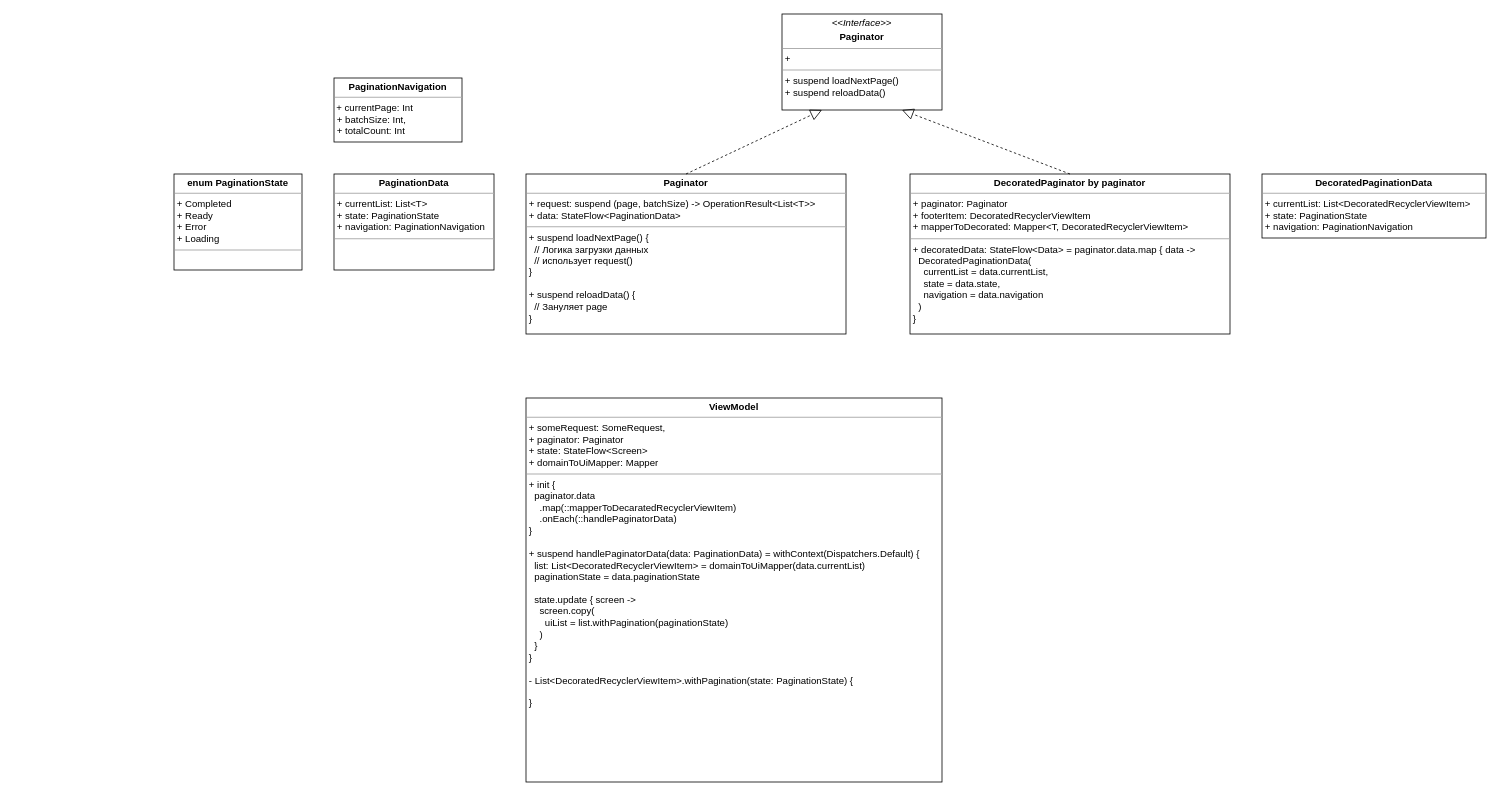
Above: feature/Пагинатор.drawio in ShiryaevNikolay/diagrams (draw.io), before the change. Source tidied: cells renumbered, new cells numbered last; positions are measured from the earlier drawing's top-left corner, leaving out a move shared by most shapes. Both pictures are drawn from the tidied source at 80%, with x=0, y=0 at pixel (174, 14).
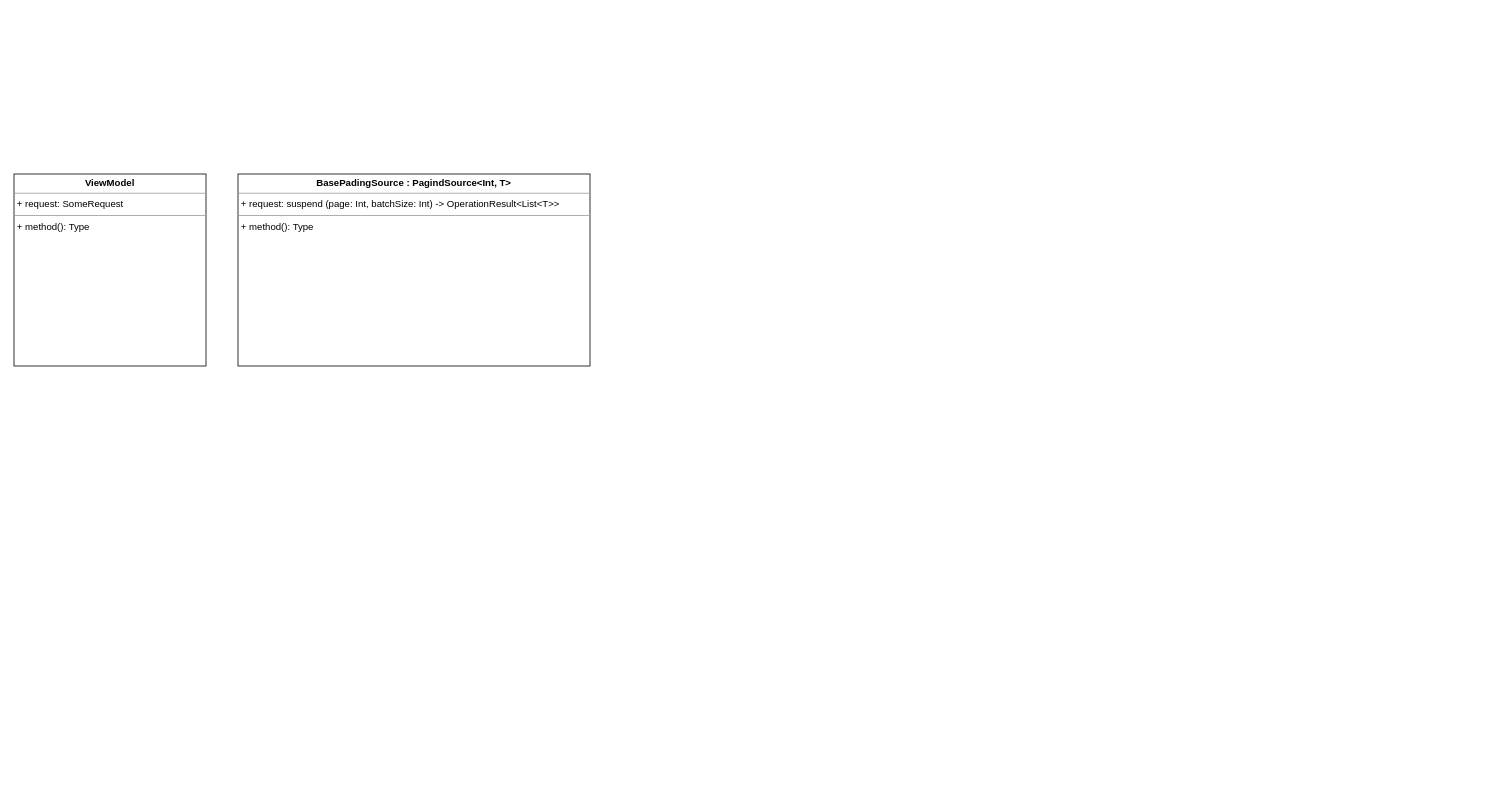
The same diagram, later.

The edit, as a diff of the source:
```diff
@@
 <mxGraphModel>
   <root>
     <mxCell id="0" />
     <mxCell id="1" parent="0" />
-    <mxCell id="2" value="&lt;p style=&quot;margin:0px;margin-top:4px;text-align:center;&quot;&gt;&lt;b&gt;enum PaginationState&lt;br&gt;&lt;/b&gt;&lt;/p&gt;&lt;hr size=&quot;1&quot;&gt;&lt;p style=&quot;margin:0px;margin-left:4px;&quot;&gt;+ Completed&lt;/p&gt;&lt;p style=&quot;margin:0px;margin-left:4px;&quot;&gt;+ Ready&lt;/p&gt;&lt;p style=&quot;margin:0px;margin-left:4px;&quot;&gt;+ Error&lt;/p&gt;&lt;p style=&quot;margin:0px;margin-left:4px;&quot;&gt;+ Loading&lt;br&gt;&lt;/p&gt;&lt;hr size=&quot;1&quot;&gt;" style="verticalAlign=top;align=left;overflow=fill;fontSize=12;fontFamily=Helvetica;html=1;whiteSpace=wrap;rounded=0;" parent="1" vertex="1">
-      <mxGeometry y="200" width="160" height="120" as="geometry" />
-    </mxCell>
-    <mxCell id="3" value="&lt;p style=&quot;margin:0px;margin-top:4px;text-align:center;&quot;&gt;&lt;b&gt;PaginationData&lt;/b&gt;&lt;/p&gt;&lt;hr size=&quot;1&quot;&gt;&lt;p style=&quot;margin:0px;margin-left:4px;&quot;&gt;+ currentList: List&amp;lt;T&amp;gt;&lt;/p&gt;&lt;p style=&quot;margin:0px;margin-left:4px;&quot;&gt;+ state: PaginationState&lt;/p&gt;&lt;p style=&quot;margin:0px;margin-left:4px;&quot;&gt;+ navigation: PaginationNavigation&lt;br&gt;&lt;/p&gt;&lt;hr size=&quot;1&quot;&gt;" style="verticalAlign=top;align=left;overflow=fill;fontSize=12;fontFamily=Helvetica;html=1;whiteSpace=wrap;rounded=0;" parent="1" vertex="1">
-      <mxGeometry x="200" y="200" width="200" height="120" as="geometry" />
-    </mxCell>
-    <mxCell id="4" value="&lt;p style=&quot;margin:0px;margin-top:4px;text-align:center;&quot;&gt;&lt;b&gt;Paginator&lt;/b&gt;&lt;/p&gt;&lt;hr size=&quot;1&quot;&gt;&lt;p style=&quot;margin:0px;margin-left:4px;&quot;&gt;+ request: suspend (page, batchSize) -&amp;gt; OperationResult&amp;lt;List&amp;lt;T&amp;gt;&amp;gt;&lt;br&gt;&lt;/p&gt;&lt;p style=&quot;margin:0px;margin-left:4px;&quot;&gt;+ data: StateFlow&amp;lt;PaginationData&amp;gt;&lt;/p&gt;&lt;hr size=&quot;1&quot;&gt;&lt;p style=&quot;margin:0px;margin-left:4px;&quot;&gt;+ suspend loadNextPage() {&lt;/p&gt;&lt;p style=&quot;margin:0px;margin-left:4px;&quot;&gt;&amp;nbsp; // Логика загрузки данных&lt;/p&gt;&lt;p style=&quot;margin:0px;margin-left:4px;&quot;&gt;&amp;nbsp; // использует request()&lt;br&gt;&lt;/p&gt;&lt;p style=&quot;margin:0px;margin-left:4px;&quot;&gt;}&lt;/p&gt;&lt;p style=&quot;margin:0px;margin-left:4px;&quot;&gt;&lt;br&gt;&lt;/p&gt;&lt;p style=&quot;margin:0px;margin-left:4px;&quot;&gt;+ suspend reloadData() {&lt;/p&gt;&lt;p style=&quot;margin:0px;margin-left:4px;&quot;&gt;&amp;nbsp; // Зануляет page&lt;br&gt;&lt;/p&gt;&lt;p style=&quot;margin:0px;margin-left:4px;&quot;&gt;}&lt;br&gt;&lt;/p&gt;" style="verticalAlign=top;align=left;overflow=fill;fontSize=12;fontFamily=Helvetica;html=1;whiteSpace=wrap;rounded=0;" parent="1" vertex="1">
-      <mxGeometry x="440" y="200" width="400" height="200" as="geometry" />
-    </mxCell>
-    <mxCell id="5" value="&lt;p style=&quot;margin:0px;margin-top:4px;text-align:center;&quot;&gt;&lt;b&gt;PaginationNavigation&lt;/b&gt;&lt;/p&gt;&lt;hr size=&quot;1&quot;&gt;&amp;nbsp;+ currentPage: Int&lt;p style=&quot;margin:0px;margin-left:4px;&quot;&gt;+ batchSize: Int,&lt;/p&gt;&lt;p style=&quot;margin:0px;margin-left:4px;&quot;&gt;+ totalCount: Int&lt;br&gt;&lt;/p&gt;&lt;hr size=&quot;1&quot;&gt;" style="verticalAlign=top;align=left;overflow=fill;fontSize=12;fontFamily=Helvetica;html=1;whiteSpace=wrap;rounded=0;" parent="1" vertex="1">
-      <mxGeometry x="200" y="80" width="160" height="80" as="geometry" />
-    </mxCell>
-    <mxCell id="6" value="&lt;p style=&quot;margin:0px;margin-top:4px;text-align:center;&quot;&gt;&lt;b&gt;ViewModel&lt;/b&gt;&lt;/p&gt;&lt;hr size=&quot;1&quot;&gt;&lt;p style=&quot;margin:0px;margin-left:4px;&quot;&gt;+ someRequest: SomeRequest,&lt;br&gt;&lt;/p&gt;&lt;p style=&quot;margin:0px;margin-left:4px;&quot;&gt;+ paginator: Paginator&lt;/p&gt;&lt;p style=&quot;margin:0px;margin-left:4px;&quot;&gt;+ state: StateFlow&amp;lt;Screen&amp;gt;&lt;/p&gt;&lt;p style=&quot;margin:0px;margin-left:4px;&quot;&gt;+ domainToUiMapper: Mapper&lt;br&gt;&lt;/p&gt;&lt;hr size=&quot;1&quot;&gt;&lt;p style=&quot;margin:0px;margin-left:4px;&quot;&gt;+ init {&lt;/p&gt;&lt;p style=&quot;margin:0px;margin-left:4px;&quot;&gt;&amp;nbsp; paginator.data&lt;/p&gt;&lt;p style=&quot;margin:0px;margin-left:4px;&quot;&gt;&amp;nbsp;&amp;nbsp;&amp;nbsp; .map(::mapperToDecaratedRecyclerViewItem)&lt;/p&gt;&lt;p style=&quot;margin:0px;margin-left:4px;&quot;&gt;&amp;nbsp;&amp;nbsp;&amp;nbsp; .onEach(::handlePaginatorData)&lt;br&gt;&lt;/p&gt;&lt;p style=&quot;margin:0px;margin-left:4px;&quot;&gt;}&lt;/p&gt;&lt;p style=&quot;margin:0px;margin-left:4px;&quot;&gt;&lt;br&gt;&lt;/p&gt;&lt;p style=&quot;margin:0px;margin-left:4px;&quot;&gt;+ suspend handlePaginatorData(data: PaginationData) = withContext(Dispatchers.Default) {&lt;/p&gt;&lt;p style=&quot;margin:0px;margin-left:4px;&quot;&gt;&amp;nbsp; list: List&amp;lt;DecoratedRecyclerViewItem&amp;gt; = domainToUiMapper(data.currentList)&lt;br&gt;&lt;/p&gt;&lt;p style=&quot;margin:0px;margin-left:4px;&quot;&gt;&amp;nbsp; paginationState = data.paginationState&lt;/p&gt;&lt;p style=&quot;margin:0px;margin-left:4px;&quot;&gt;&lt;br&gt;&lt;/p&gt;&lt;p style=&quot;margin:0px;margin-left:4px;&quot;&gt;&amp;nbsp; state.update { screen -&amp;gt;&lt;br&gt;&lt;/p&gt;&lt;p style=&quot;margin:0px;margin-left:4px;&quot;&gt;&amp;nbsp;&amp;nbsp;&amp;nbsp; screen.copy(&lt;/p&gt;&lt;p style=&quot;margin:0px;margin-left:4px;&quot;&gt;&amp;nbsp;&amp;nbsp;&amp;nbsp;&amp;nbsp;&amp;nbsp; uiList = list.withPagination(paginationState)&lt;br&gt;&lt;/p&gt;&lt;p style=&quot;margin:0px;margin-left:4px;&quot;&gt;&amp;nbsp;&amp;nbsp;&amp;nbsp; )&lt;br&gt;&lt;/p&gt;&lt;p style=&quot;margin:0px;margin-left:4px;&quot;&gt;&amp;nbsp; }&lt;br&gt;&lt;/p&gt;&lt;p style=&quot;margin:0px;margin-left:4px;&quot;&gt;}&lt;/p&gt;&lt;p style=&quot;margin:0px;margin-left:4px;&quot;&gt;&lt;br&gt;&lt;/p&gt;&lt;p style=&quot;margin:0px;margin-left:4px;&quot;&gt;- List&amp;lt;DecoratedRecyclerViewItem&amp;gt;.withPagination(state: PaginationState) {&lt;/p&gt;&lt;p style=&quot;margin:0px;margin-left:4px;&quot;&gt;&amp;nbsp; &lt;br&gt;&lt;/p&gt;&lt;p style=&quot;margin:0px;margin-left:4px;&quot;&gt;}&lt;br&gt;&lt;/p&gt;" style="verticalAlign=top;align=left;overflow=fill;fontSize=12;fontFamily=Helvetica;html=1;whiteSpace=wrap;" parent="1" vertex="1">
-      <mxGeometry x="440" y="480" width="520" height="480" as="geometry" />
-    </mxCell>
-    <mxCell id="7" value="&lt;p style=&quot;margin:0px;margin-top:4px;text-align:center;&quot;&gt;&lt;b&gt;DecoratedPaginator by paginator&lt;br&gt;&lt;/b&gt;&lt;/p&gt;&lt;hr size=&quot;1&quot;&gt;&lt;p style=&quot;margin:0px;margin-left:4px;&quot;&gt;+ paginator: Paginator&lt;/p&gt;&lt;p style=&quot;margin:0px;margin-left:4px;&quot;&gt;+ footerItem: DecoratedRecyclerViewItem&lt;/p&gt;&lt;p style=&quot;margin:0px;margin-left:4px;&quot;&gt;+ mapperToDecorated: Mapper&amp;lt;T, DecoratedRecyclerViewItem&amp;gt;&lt;br&gt;&lt;/p&gt;&lt;hr size=&quot;1&quot;&gt;&lt;p style=&quot;margin:0px;margin-left:4px;&quot;&gt;+ decoratedData: StateFlow&amp;lt;Data&amp;gt; = paginator.data.map { data -&amp;gt;&lt;br&gt;&lt;/p&gt;&lt;p style=&quot;margin:0px;margin-left:4px;&quot;&gt;&amp;nbsp; DecoratedPaginationData(&lt;/p&gt;&lt;p style=&quot;margin:0px;margin-left:4px;&quot;&gt;&amp;nbsp;&amp;nbsp;&amp;nbsp; currentList = data.currentList,&lt;/p&gt;&lt;p style=&quot;margin:0px;margin-left:4px;&quot;&gt;&amp;nbsp;&amp;nbsp;&amp;nbsp; state = data.state,&lt;/p&gt;&lt;p style=&quot;margin:0px;margin-left:4px;&quot;&gt;&amp;nbsp;&amp;nbsp;&amp;nbsp; navigation = data.navigation&lt;br&gt;&lt;/p&gt;&lt;p style=&quot;margin:0px;margin-left:4px;&quot;&gt;&amp;nbsp; )&lt;br&gt;&lt;/p&gt;&lt;p style=&quot;margin:0px;margin-left:4px;&quot;&gt;}&lt;br&gt;&lt;/p&gt;" style="verticalAlign=top;align=left;overflow=fill;fontSize=12;fontFamily=Helvetica;html=1;whiteSpace=wrap;" parent="1" vertex="1">
-      <mxGeometry x="920" y="200" width="400" height="200" as="geometry" />
-    </mxCell>
-    <mxCell id="8" value="&lt;p style=&quot;margin:0px;margin-top:4px;text-align:center;&quot;&gt;&lt;b&gt;DecoratedPaginationData&lt;/b&gt;&lt;/p&gt;&lt;hr size=&quot;1&quot;&gt;&lt;p style=&quot;margin:0px;margin-left:4px;&quot;&gt;+ currentList: List&amp;lt;DecoratedRecyclerViewItem&amp;gt;&lt;/p&gt;&lt;p style=&quot;margin:0px;margin-left:4px;&quot;&gt;+ state: PaginationState&lt;/p&gt;&lt;p style=&quot;margin:0px;margin-left:4px;&quot;&gt;+ navigation: PaginationNavigation&lt;br&gt;&lt;/p&gt;&lt;hr size=&quot;1&quot;&gt;" style="verticalAlign=top;align=left;overflow=fill;fontSize=12;fontFamily=Helvetica;html=1;whiteSpace=wrap;rounded=0;" parent="1" vertex="1">
-      <mxGeometry x="1360" y="200" width="280" height="80" as="geometry" />
-    </mxCell>
-    <mxCell id="9" value="&lt;p style=&quot;margin:0px;margin-top:4px;text-align:center;&quot;&gt;&lt;i&gt;&amp;lt;&amp;lt;Interface&amp;gt;&amp;gt;&lt;/i&gt;&lt;/p&gt;&lt;p style=&quot;margin:0px;margin-top:4px;text-align:center;&quot;&gt;&lt;b&gt;Paginator&lt;/b&gt;&lt;br&gt;&lt;/p&gt;&lt;hr size=&quot;1&quot;&gt;&lt;p style=&quot;margin:0px;margin-left:4px;&quot;&gt;+&lt;/p&gt;&lt;hr size=&quot;1&quot;&gt;&lt;p style=&quot;margin:0px;margin-left:4px;&quot;&gt;+ suspend loadNextPage()&lt;br&gt;+ suspend reloadData()&lt;br&gt;&lt;/p&gt;" style="verticalAlign=top;align=left;overflow=fill;fontSize=12;fontFamily=Helvetica;html=1;whiteSpace=wrap;" parent="1" vertex="1">
-      <mxGeometry x="760" width="200" height="120" as="geometry" />
-    </mxCell>
-    <mxCell id="10" style="endArrow=block;dashed=1;endFill=0;endSize=12;html=1;exitX=0.5;exitY=0;exitDx=0;exitDy=0;entryX=0.25;entryY=1;entryDx=0;entryDy=0;" parent="1" edge="1" source="4" target="9">
-      <mxGeometry relative="1" as="geometry" />
-    </mxCell>
-    <mxCell id="11" style="endArrow=block;dashed=1;endFill=0;endSize=12;html=1;exitX=0.5;exitY=0;exitDx=0;exitDy=0;entryX=0.75;entryY=1;entryDx=0;entryDy=0;" parent="1" edge="1" source="7" target="9">
-      <mxGeometry relative="1" as="geometry" />
-    </mxCell>
+    <mxCell id="12" value="&lt;p style=&quot;margin:0px;margin-top:4px;text-align:center;&quot;&gt;&lt;b&gt;ViewModel&lt;/b&gt;&lt;br&gt;&lt;/p&gt;&lt;hr size=&quot;1&quot;&gt;&lt;p style=&quot;margin:0px;margin-left:4px;&quot;&gt;+ request: SomeRequest&lt;/p&gt;&lt;hr size=&quot;1&quot;&gt;&lt;p style=&quot;margin:0px;margin-left:4px;&quot;&gt;+ method(): Type&lt;/p&gt;" style="verticalAlign=top;align=left;overflow=fill;fontSize=12;fontFamily=Helvetica;html=1;whiteSpace=wrap;" parent="1" vertex="1">
+      <mxGeometry x="-200" y="200" width="240" height="240" as="geometry" />
+    </mxCell>
+    <mxCell id="13" value="&lt;p style=&quot;margin:0px;margin-top:4px;text-align:center;&quot;&gt;&lt;b&gt;BasePadingSource : PagindSource&amp;lt;Int, T&amp;gt;&lt;br&gt;&lt;/b&gt;&lt;/p&gt;&lt;hr size=&quot;1&quot;&gt;&lt;p style=&quot;margin:0px;margin-left:4px;&quot;&gt;+ request: suspend (page: Int, batchSize: Int) -&amp;gt; OperationResult&amp;lt;List&amp;lt;T&amp;gt;&amp;gt;&lt;br&gt;&lt;/p&gt;&lt;hr size=&quot;1&quot;&gt;&lt;p style=&quot;margin:0px;margin-left:4px;&quot;&gt;+ method(): Type&lt;/p&gt;" style="verticalAlign=top;align=left;overflow=fill;fontSize=12;fontFamily=Helvetica;html=1;whiteSpace=wrap;" parent="1" vertex="1">
+      <mxGeometry x="80" y="200" width="440" height="240" as="geometry" />
+    </mxCell>
   </root>
 </mxGraphModel>
```
